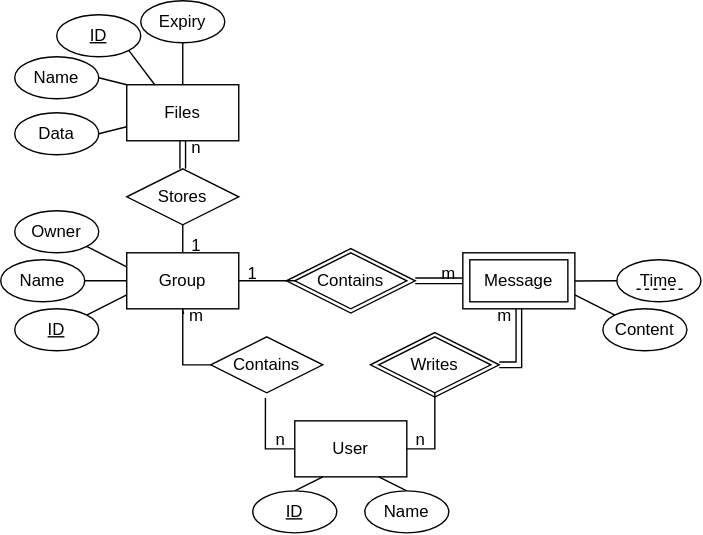
Above: ERD.svg in JoeJ1/WAD2_Group_Project (draw.io), before the change. Source tidied: cells renumbered, new cells last; positions are measured from the earlier drawing's top-left corner, leaving out a move shared by most shapes.
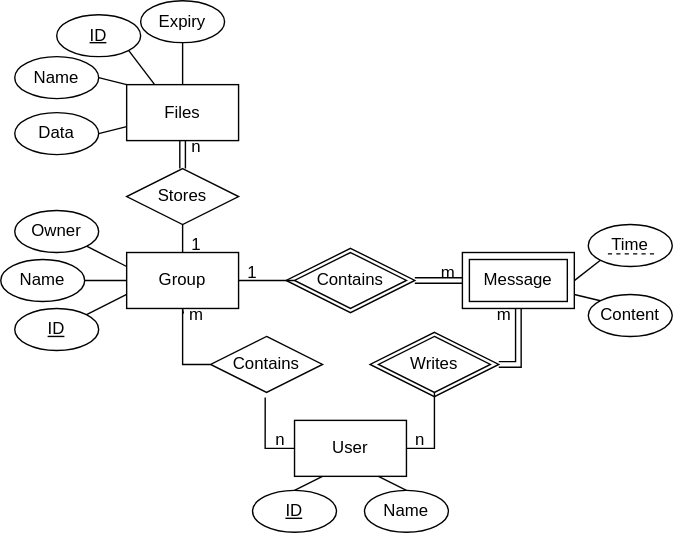
After the commit.

Change to the diagram source:
```diff
@@ -86,13 +86,13 @@
     <mxCell id="27" value="Name" style="ellipse;whiteSpace=wrap;html=1;" parent="1" vertex="1">
       <mxGeometry x="260" y="350" width="60" height="30" as="geometry" />
     </mxCell>
-    <mxCell id="28" style="edgeStyle=none;rounded=0;jettySize=auto;html=1;exitX=0;exitY=0.5;exitDx=0;exitDy=0;endArrow=none;endFill=0;" parent="1" edge="1" source="29">
+    <mxCell id="28" style="edgeStyle=none;rounded=0;jettySize=auto;html=1;exitX=0;exitY=1;exitDx=0;exitDy=0;endArrow=none;endFill=0;" parent="1" edge="1" source="29">
       <mxGeometry relative="1" as="geometry">
         <mxPoint x="410" y="200.1" as="targetPoint" />
       </mxGeometry>
     </mxCell>
     <mxCell id="29" value="Time" style="ellipse;whiteSpace=wrap;html=1;" parent="1" vertex="1">
-      <mxGeometry x="440" y="185" width="60" height="30" as="geometry" />
+      <mxGeometry x="420" y="160" width="60" height="30" as="geometry" />
     </mxCell>
     <mxCell id="30" style="edgeStyle=none;rounded=0;jettySize=auto;html=1;exitX=0;exitY=0;exitDx=0;exitDy=0;entryX=1;entryY=0.75;entryDx=0;entryDy=0;endArrow=none;endFill=0;" parent="1" edge="1" source="31">
       <mxGeometry relative="1" as="geometry">
@@ -100,7 +100,7 @@
       </mxGeometry>
     </mxCell>
     <mxCell id="31" value="Content" style="ellipse;whiteSpace=wrap;html=1;" parent="1" vertex="1">
-      <mxGeometry x="430" y="220" width="60" height="30" as="geometry" />
+      <mxGeometry x="420" y="210" width="60" height="30" as="geometry" />
     </mxCell>
     <mxCell id="32" style="edgeStyle=none;rounded=0;jettySize=auto;html=1;exitX=1;exitY=0.5;exitDx=0;exitDy=0;entryX=0;entryY=0;entryDx=0;entryDy=0;endArrow=none;endFill=0;" parent="1" edge="1" source="33" target="10">
       <mxGeometry relative="1" as="geometry" />
@@ -161,8 +161,8 @@
     </mxCell>
     <mxCell id="51" style="endArrow=none;html=1;strokeWidth=1;rounded=0;shadow=0;sketch=0;jumpStyle=none;dashed=1;" parent="1" edge="1">
       <mxGeometry relative="1" as="geometry">
-        <mxPoint x="454" y="206" as="sourcePoint" />
-        <mxPoint x="489" y="206" as="targetPoint" />
+        <mxPoint x="434" y="181" as="sourcePoint" />
+        <mxPoint x="469" y="181" as="targetPoint" />
       </mxGeometry>
     </mxCell>
   </root>
```
